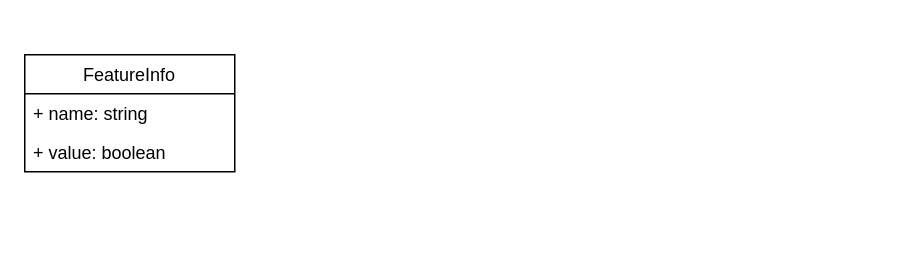
The draw.io diagram Praca_Inzynierska/diagrams/api_class_diag.drawio in AdamSzr/Beheer, before the edit. Source tidied: cells renumbered, new cells numbered last; positions are measured from the earlier drawing's top-left corner, leaving out a move shared by most shapes. Both pictures are drawn from the tidied source at 150%, with x=0, y=0 at pixel (24, 54).
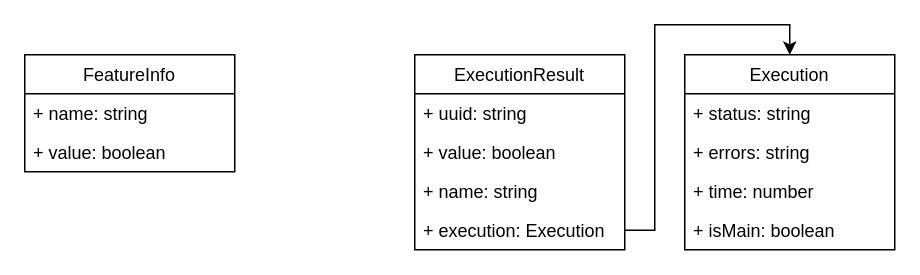
After the change.

Diff of the diagram source:
```diff
@@
 <mxGraphModel>
   <root>
     <mxCell id="0" />
     <mxCell id="1" parent="0" />
     <mxCell id="2" value="FeatureInfo" style="swimlane;fontStyle=0;horizontal=1;startSize=26;fillColor=none;" parent="1" vertex="1">
       <mxGeometry width="140" height="78" as="geometry" />
     </mxCell>
     <mxCell id="3" value="+ name: string" style="text;strokeColor=none;fillColor=none;align=left;verticalAlign=top;spacingLeft=4;spacingRight=4;overflow=hidden;" parent="2" vertex="1">
       <mxGeometry y="26" width="140" height="26" as="geometry" />
     </mxCell>
     <mxCell id="4" value="+ value: boolean" style="text;strokeColor=none;fillColor=none;align=left;verticalAlign=top;spacingLeft=4;spacingRight=4;overflow=hidden;" parent="2" vertex="1">
       <mxGeometry y="52" width="140" height="26" as="geometry" />
     </mxCell>
+    <mxCell id="5" value="ExecutionResult" style="swimlane;fontStyle=0;horizontal=1;startSize=26;fillColor=none;" parent="1" vertex="1">
+      <mxGeometry x="260" width="140" height="130" as="geometry" />
+    </mxCell>
+    <mxCell id="6" value="+ uuid: string" style="text;strokeColor=none;fillColor=none;align=left;verticalAlign=top;spacingLeft=4;spacingRight=4;overflow=hidden;" parent="5" vertex="1">
+      <mxGeometry y="26" width="140" height="26" as="geometry" />
+    </mxCell>
+    <mxCell id="7" value="+ value: boolean" style="text;strokeColor=none;fillColor=none;align=left;verticalAlign=top;spacingLeft=4;spacingRight=4;overflow=hidden;" parent="5" vertex="1">
+      <mxGeometry y="52" width="140" height="26" as="geometry" />
+    </mxCell>
+    <mxCell id="8" value="+ name: string" style="text;strokeColor=none;fillColor=none;align=left;verticalAlign=top;spacingLeft=4;spacingRight=4;overflow=hidden;" parent="5" vertex="1">
+      <mxGeometry y="78" width="140" height="26" as="geometry" />
+    </mxCell>
+    <mxCell id="9" value="+ execution: Execution" style="text;strokeColor=none;fillColor=none;align=left;verticalAlign=top;spacingLeft=4;spacingRight=4;overflow=hidden;points=[[0,0.5],[1,0.5]];portConstraint=eastwest;" parent="5" vertex="1">
+      <mxGeometry y="104" width="140" height="26" as="geometry" />
+    </mxCell>
+    <mxCell id="10" value="Execution" style="swimlane;fontStyle=0;horizontal=1;startSize=26;fillColor=none;" parent="1" vertex="1">
+      <mxGeometry x="440" width="140" height="130" as="geometry" />
+    </mxCell>
+    <mxCell id="11" value="+ status: string" style="text;strokeColor=none;fillColor=none;align=left;verticalAlign=top;spacingLeft=4;spacingRight=4;overflow=hidden;" parent="10" vertex="1">
+      <mxGeometry y="26" width="140" height="26" as="geometry" />
+    </mxCell>
+    <mxCell id="12" value="+ errors: string" style="text;strokeColor=none;fillColor=none;align=left;verticalAlign=top;spacingLeft=4;spacingRight=4;overflow=hidden;" parent="10" vertex="1">
+      <mxGeometry y="52" width="140" height="26" as="geometry" />
+    </mxCell>
+    <mxCell id="13" value="+ time: number" style="text;strokeColor=none;fillColor=none;align=left;verticalAlign=top;spacingLeft=4;spacingRight=4;overflow=hidden;" parent="10" vertex="1">
+      <mxGeometry y="78" width="140" height="26" as="geometry" />
+    </mxCell>
+    <mxCell id="14" value="+ isMain: boolean" style="text;strokeColor=none;fillColor=none;align=left;verticalAlign=top;spacingLeft=4;spacingRight=4;overflow=hidden;" parent="10" vertex="1">
+      <mxGeometry y="104" width="140" height="26" as="geometry" />
+    </mxCell>
+    <mxCell id="15" style="edgeStyle=orthogonalEdgeStyle;rounded=0;jettySize=auto;html=1;exitX=1;exitY=0.5;exitDx=0;exitDy=0;entryX=0.5;entryY=0;entryDx=0;entryDy=0;" parent="1" edge="1" source="9" target="10">
+      <mxGeometry relative="1" as="geometry" />
+    </mxCell>
   </root>
 </mxGraphModel>
```
